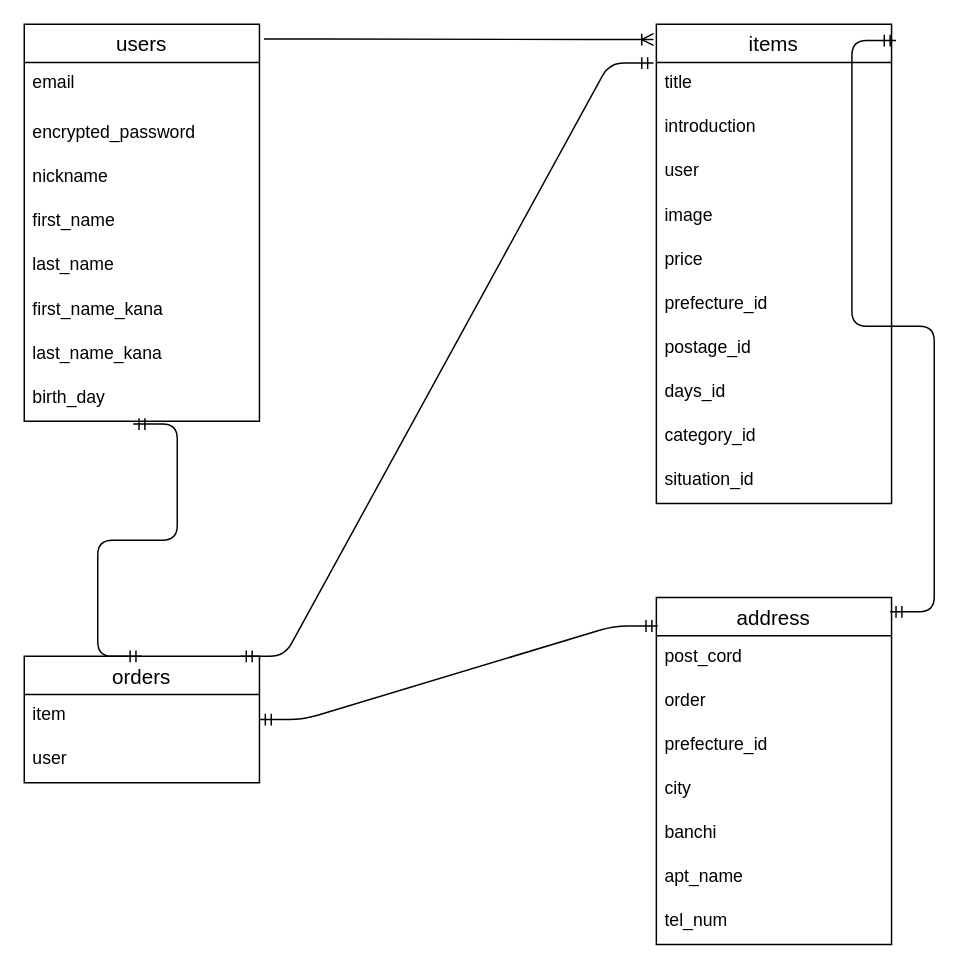
This is ER図.dio from 0zone-k/furima-41745, a draw.io file, before an edit. Source tidied: cells renumbered, new cells numbered last; positions are measured from the earlier drawing's top-left corner, leaving out a move shared by most shapes. Both pictures are drawn from the tidied source at 147%, with x=0, y=0 at pixel (24, 24).
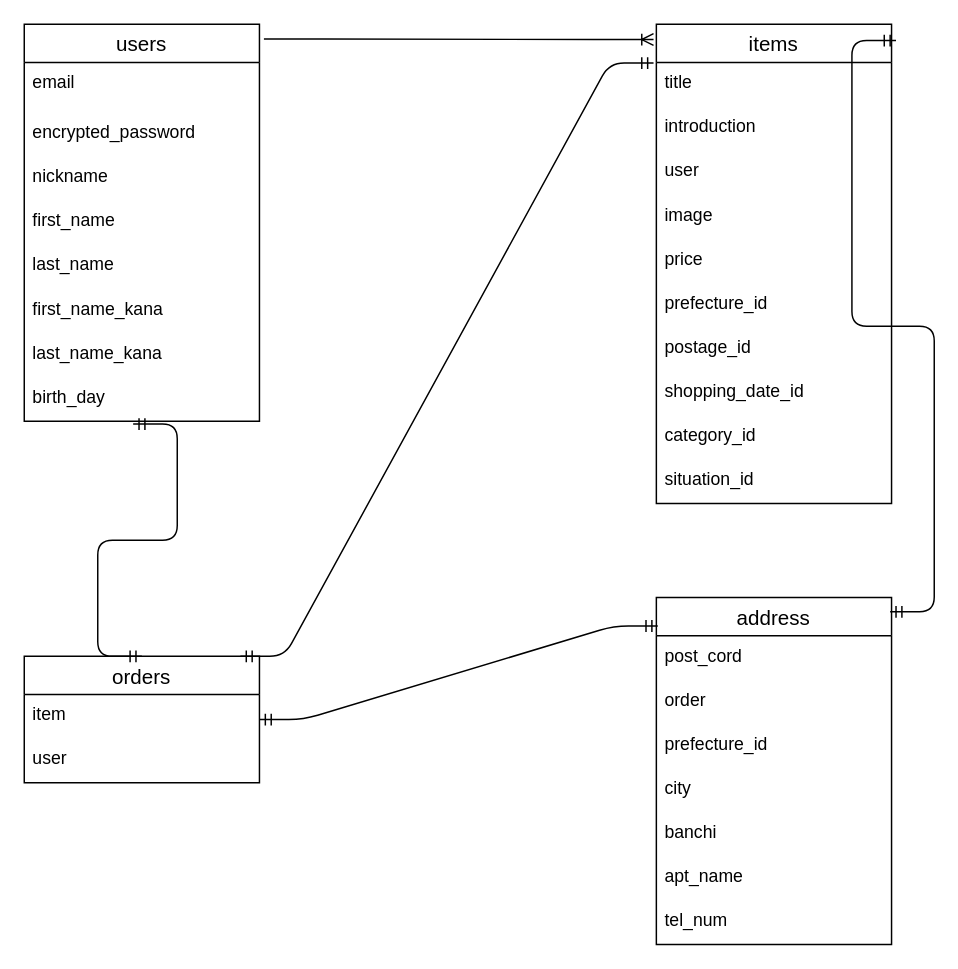
Above is the later version.

The change refers to these unchanged cells:
```xml
<mxCell id="22" value="items" style="swimlane;fontStyle=0;horizontal=1;startSize=26;align=center;fontSize=14;" parent="1" vertex="1">
  <mxGeometry x="430" width="160" height="326" as="geometry" />
</mxCell>
```

The edit, as a diff of the source:
```diff
@@
-    <mxCell id="30" value="days_id" style="text;strokeColor=none;fillColor=none;spacingLeft=4;spacingRight=4;overflow=hidden;fontSize=12;" parent="22" vertex="1">
+    <mxCell id="30" value="shopping_date_id" style="text;strokeColor=none;fillColor=none;spacingLeft=4;spacingRight=4;overflow=hidden;fontSize=12;" parent="22" vertex="1">
       <mxGeometry y="236" width="160" height="30" as="geometry" />
     </mxCell>
```
